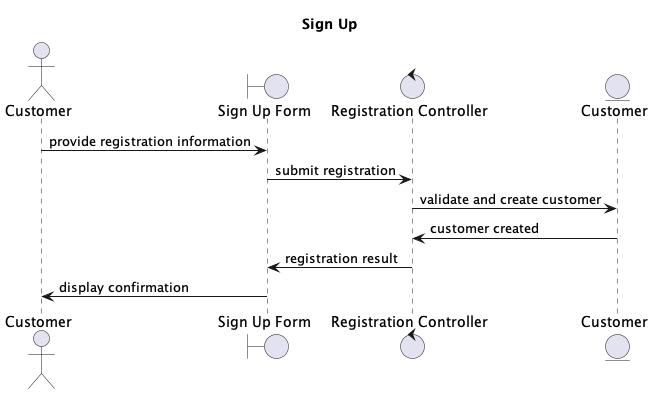
The PlantUML diagram Analysis/SignUp_Robustness/SignUp_Robustness.png in nongxu/CSCI_6234_Spring_2026_G02, before a commit.
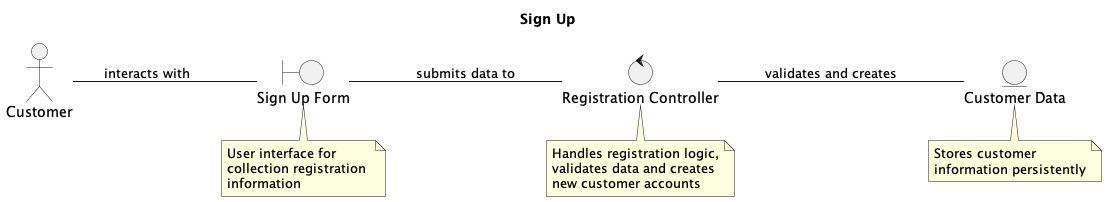
After the change.

Change to the diagram source:
```diff
@@ -1,4 +1,6 @@
 @startuml
+left to right direction
+
 title Sign Up
 
 actor Customer
@@ -7,13 +9,27 @@
 
 control "Registration Controller" as controller
 
-entity "Customer" as customerEntity
+entity "Customer Data" as customerEntity
 
-Customer -> signupform : provide registration information
-signupform -> controller : submit registration
-controller -> customerEntity : validate and create customer
-customerEntity -> controller : customer created
-controller -> signupform : registration result
-signupform -> Customer : display confirmation
+Customer -- signupform : interacts with
+signupform -- controller : submits data to
+controller -- customerEntity : validates and creates
+
+note bottom of signupform
+    User interface for
+    collection registration
+    information
+end note
+
+note bottom of controller
+    Handles registration logic,
+    validates data and creates
+    new customer accounts
+end note
+
+note bottom of customerEntity
+    Stores customer
+    information persistently
+end note
 
 @enduml
```
